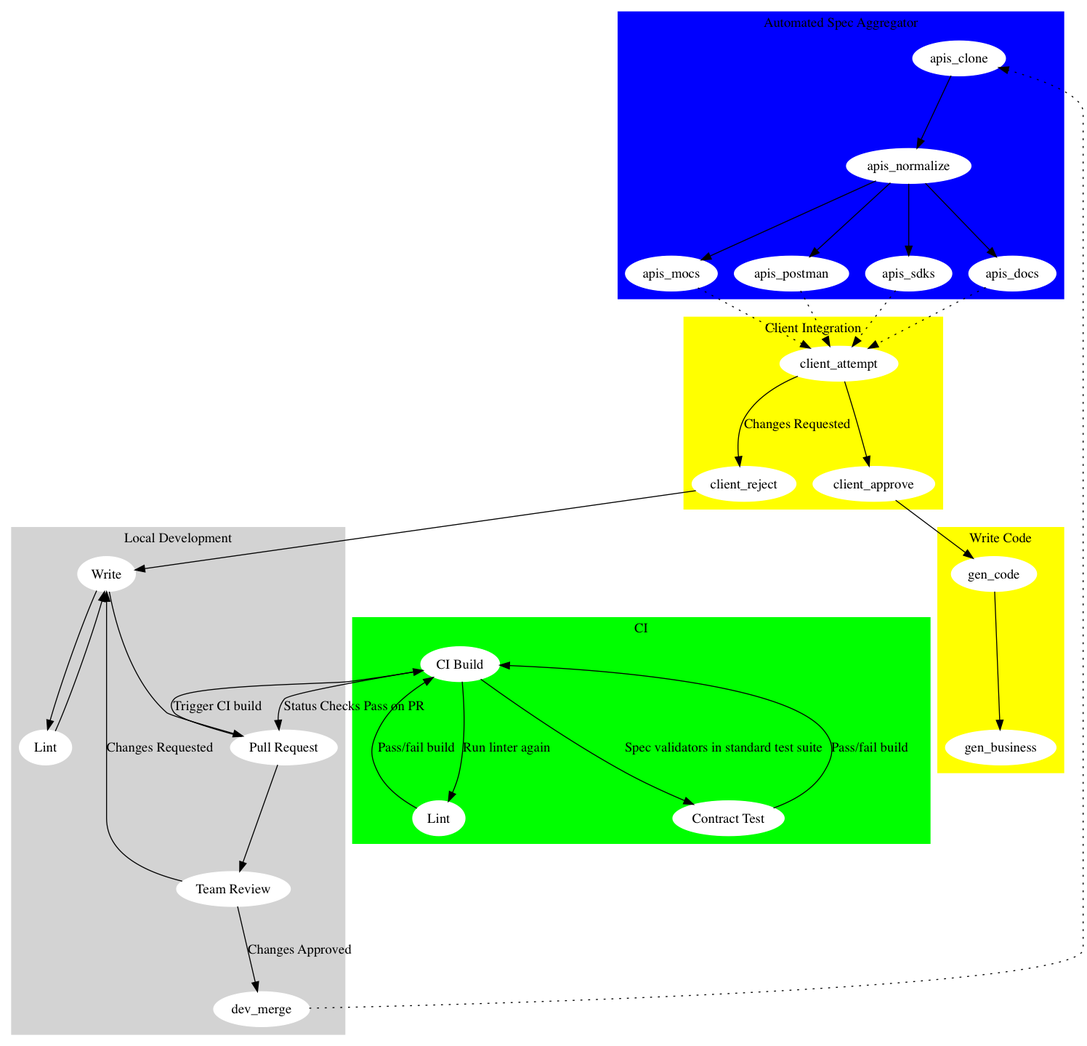
Above: openapi-workflow/v1.dot.png in philsturgeon/diagrams (Graphviz), before the change. Its source is kept beside it as openapi-workflow/v1.dot.
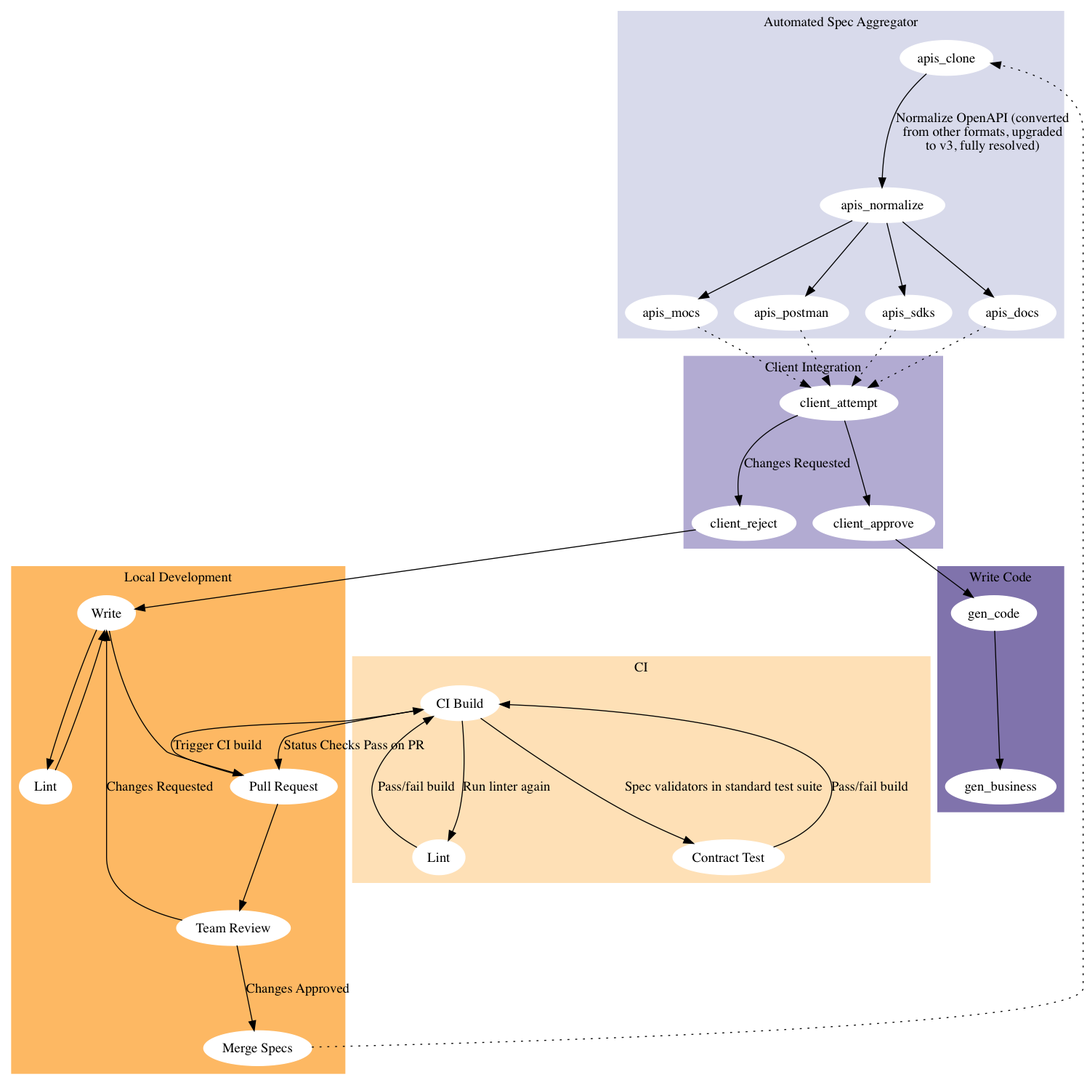
The same file after the commit.

Commit message:
Improved colours and position a bit

The edit, as a diff of the source:
```diff
@@ -1,8 +1,10 @@
 digraph G {
     compound=true;
+    root=cluster0;
+    rankdir=TB;
     subgraph cluster0 {
         style=filled;
-		color=lightgrey;
+		color="#fdb863";
 		node [style=filled,color=white];
         label = "Local Development";
 
@@ -10,18 +12,21 @@
         dev_lint [label="Lint"];
         dev_pr [label="Pull Request"];
         dev_review [label="Team Review"];
-        dev_merge
+        dev_merge [label="Merge Specs"];
 
         dev_write -> dev_lint;
         dev_lint -> dev_write;
+
         dev_write -> dev_pr;
         dev_pr -> dev_review;
+
         dev_review -> dev_write [label="Changes Requested"];
         dev_review -> dev_merge [label="Changes Approved"];
     }
+
     subgraph cluster1 {
         style=filled;
-		color=green;
+		color="#fee0b6";
 		node [style=filled,color=white];
         label = "CI";
 
@@ -42,22 +47,19 @@
 
     subgraph cluster2 {
         style=filled;
-		color=blue;
+		color="#d8daeb";
 		node [style=filled,color=white];
         label = "Automated Spec Aggregator";
 
         dev_merge -> apis_clone [style=dotted]
-        apis_clone -> apis_normalize
+        apis_clone -> apis_normalize [label="Normalize OpenAPI (converted\nfrom other formats, upgraded\nto v3, fully resolved)"]
 
-        apis_normalize -> apis_docs
-        apis_normalize -> apis_mocs
-        apis_normalize -> apis_postman
-        apis_normalize -> apis_sdks
+        apis_normalize -> {apis_docs apis_mocs apis_postman apis_sdks}
      }
 
     subgraph cluster3 {
         style=filled;
-		color=yellow;
+		color="#b2abd2";
 		node [style=filled,color=white];
         label = "Client Integration";
 
@@ -74,7 +76,7 @@
 
     subgraph cluster4 {
         style=filled;
-		color=yellow;
+		color="#8073ac";
 		node [style=filled,color=white];
         label = "Write Code";
 
```
